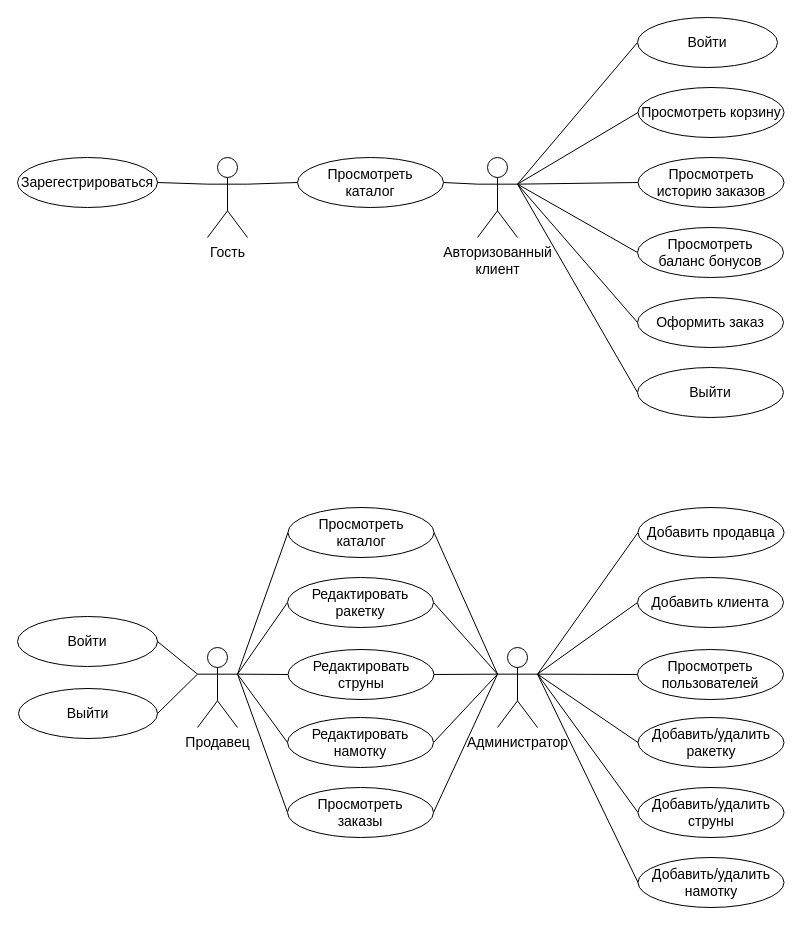
This is page "Страница — 1" (1 of 2) of schemes/raws/use-case.drawio from mshsvnv/SoftwareDesign, a draw.io file, before an edit. Source tidied: cells renumbered, new cells numbered last; positions are measured from the earlier drawing's top-left corner, leaving out a move shared by most shapes. Both pictures are drawn from the tidied source at 100%, with x=0, y=0 at pixel (17, 17).
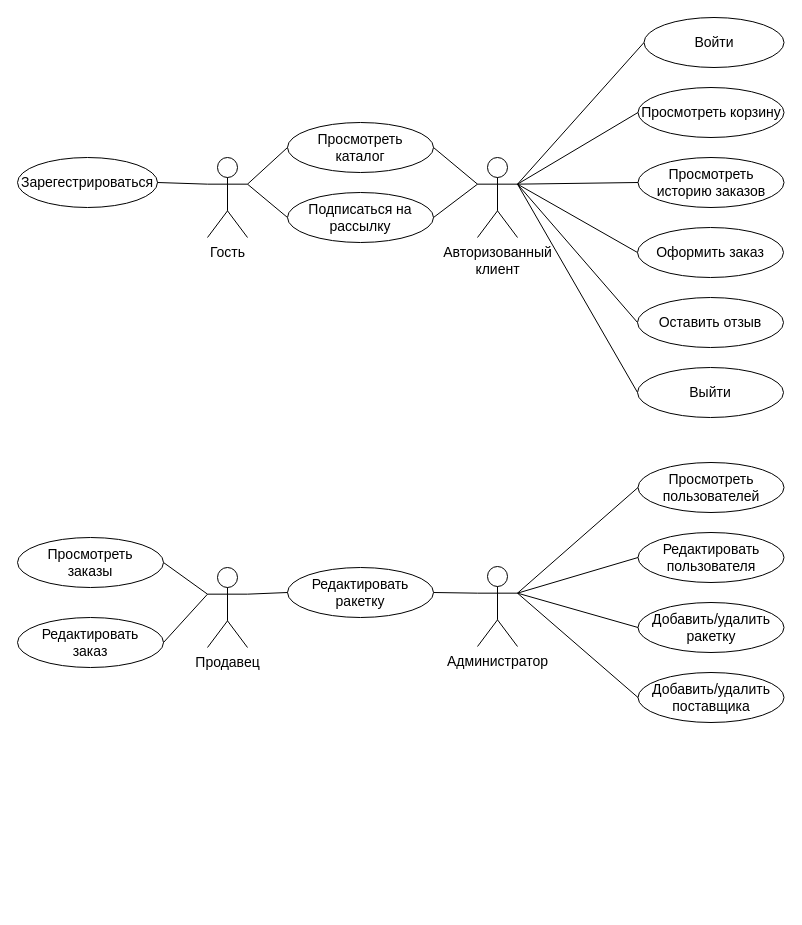
After the change.

The change refers to these unchanged cells:
```xml
<mxCell id="39" value="Гость" style="shape=umlActor;verticalLabelPosition=bottom;verticalAlign=top;html=1;outlineConnect=0;flipV=0;flipH=0;fontSize=14;" parent="38" vertex="1">
  <mxGeometry x="190" y="140" width="40" height="80" as="geometry" />
</mxCell>
<mxCell id="40" value="Авторизованный&lt;br style=&quot;font-size: 14px;&quot;&gt;клиент" style="shape=umlActor;verticalLabelPosition=bottom;verticalAlign=top;html=1;outlineConnect=0;flipV=0;flipH=0;fontSize=14;" parent="38" vertex="1">
  <mxGeometry x="460" y="140" width="40" height="80" as="geometry" />
</mxCell>
<mxCell id="49" style="group;" parent="38" vertex="1">
  <mxGeometry x="620" width="146.5" height="400" as="geometry" />
</mxCell>
```

Change to the diagram source:
```diff
@@
-    <mxCell id="2" style="group;" parent="1" vertex="1">
-      <mxGeometry y="480" width="766.5" height="400" as="geometry" />
-    </mxCell>
-    <mxCell id="3" style="edgeStyle=none;shape=connector;rounded=0;jettySize=auto;html=1;exitX=0;exitY=0.3333333333333333;exitDx=0;exitDy=0;exitPerimeter=0;entryX=1;entryY=0.5;entryDx=0;entryDy=0;labelBackgroundColor=default;strokeColor=default;align=center;verticalAlign=middle;fontFamily=Helvetica;fontSize=11;fontColor=default;endArrow=none;endFill=0;" parent="2" edge="1" source="4" target="33">
-      <mxGeometry relative="1" as="geometry" />
-    </mxCell>
-    <mxCell id="4" value="Администратор" style="shape=umlActor;verticalLabelPosition=bottom;verticalAlign=top;html=1;outlineConnect=0;fontSize=14;" parent="2" vertex="1">
-      <mxGeometry x="480" y="150" width="40" height="80" as="geometry" />
-    </mxCell>
-    <mxCell id="5" style="rounded=0;jettySize=auto;html=1;exitX=1;exitY=0.3333333333333333;exitDx=0;exitDy=0;exitPerimeter=0;entryX=0;entryY=0.5;entryDx=0;entryDy=0;endArrow=none;endFill=0;" parent="2" edge="1" source="6" target="33">
-      <mxGeometry relative="1" as="geometry" />
-    </mxCell>
-    <mxCell id="6" value="Продавец" style="shape=umlActor;verticalLabelPosition=bottom;verticalAlign=top;html=1;outlineConnect=0;fontSize=14;" parent="2" vertex="1">
-      <mxGeometry x="180" y="150" width="40" height="80" as="geometry" />
-    </mxCell>
-    <mxCell id="7" style="edgeStyle=none;shape=connector;rounded=0;jettySize=auto;html=1;exitX=1;exitY=0.5;exitDx=0;exitDy=0;entryX=0;entryY=0.3333333333333333;entryDx=0;entryDy=0;entryPerimeter=0;labelBackgroundColor=default;strokeColor=default;align=center;verticalAlign=middle;fontFamily=Helvetica;fontSize=14;fontColor=default;endArrow=none;endFill=0;" parent="2" edge="1" source="34" target="4">
-      <mxGeometry relative="1" as="geometry" />
-    </mxCell>
-    <mxCell id="8" style="edgeStyle=none;shape=connector;rounded=0;jettySize=auto;html=1;exitX=1;exitY=0.3333333333333333;exitDx=0;exitDy=0;exitPerimeter=0;entryX=0;entryY=0.5;entryDx=0;entryDy=0;labelBackgroundColor=default;strokeColor=default;align=center;verticalAlign=middle;fontFamily=Helvetica;fontSize=14;fontColor=default;endArrow=none;endFill=0;" parent="2" edge="1" source="6" target="34">
-      <mxGeometry relative="1" as="geometry" />
-    </mxCell>
-    <mxCell id="9" style="edgeStyle=none;shape=connector;rounded=0;jettySize=auto;html=1;exitX=0;exitY=0.3333333333333333;exitDx=0;exitDy=0;exitPerimeter=0;entryX=1;entryY=0.5;entryDx=0;entryDy=0;labelBackgroundColor=default;strokeColor=default;align=center;verticalAlign=middle;fontFamily=Helvetica;fontSize=14;fontColor=default;endArrow=none;endFill=0;" parent="2" edge="1" source="4" target="35">
-      <mxGeometry relative="1" as="geometry" />
-    </mxCell>
-    <mxCell id="10" style="edgeStyle=none;shape=connector;rounded=0;jettySize=auto;html=1;exitX=1;exitY=0.3333333333333333;exitDx=0;exitDy=0;exitPerimeter=0;entryX=0;entryY=0.5;entryDx=0;entryDy=0;labelBackgroundColor=default;strokeColor=default;align=center;verticalAlign=middle;fontFamily=Helvetica;fontSize=14;fontColor=default;endArrow=none;endFill=0;" parent="2" edge="1" source="6" target="35">
-      <mxGeometry relative="1" as="geometry" />
-    </mxCell>
-    <mxCell id="11" style="edgeStyle=none;shape=connector;rounded=0;jettySize=auto;html=1;exitX=0;exitY=0.3333333333333333;exitDx=0;exitDy=0;exitPerimeter=0;entryX=1;entryY=0.5;entryDx=0;entryDy=0;labelBackgroundColor=default;strokeColor=default;align=center;verticalAlign=middle;fontFamily=Helvetica;fontSize=14;fontColor=default;endArrow=none;endFill=0;" parent="2" edge="1" source="4" target="36">
-      <mxGeometry relative="1" as="geometry" />
-    </mxCell>
-    <mxCell id="12" style="edgeStyle=none;shape=connector;rounded=0;jettySize=auto;html=1;exitX=1;exitY=0.3333333333333333;exitDx=0;exitDy=0;exitPerimeter=0;entryX=0;entryY=0.5;entryDx=0;entryDy=0;labelBackgroundColor=default;strokeColor=default;align=center;verticalAlign=middle;fontFamily=Helvetica;fontSize=14;fontColor=default;endArrow=none;endFill=0;" parent="2" edge="1" source="6" target="36">
-      <mxGeometry relative="1" as="geometry" />
-    </mxCell>
-    <mxCell id="13" style="edgeStyle=none;shape=connector;rounded=0;jettySize=auto;html=1;exitX=0;exitY=0.3333333333333333;exitDx=0;exitDy=0;exitPerimeter=0;entryX=1;entryY=0.5;entryDx=0;entryDy=0;labelBackgroundColor=default;strokeColor=default;align=center;verticalAlign=middle;fontFamily=Helvetica;fontSize=14;fontColor=default;endArrow=none;endFill=0;" parent="2" edge="1" source="4" target="37">
-      <mxGeometry relative="1" as="geometry" />
-    </mxCell>
-    <mxCell id="14" style="edgeStyle=none;shape=connector;rounded=0;jettySize=auto;html=1;exitX=1;exitY=0.3333333333333333;exitDx=0;exitDy=0;exitPerimeter=0;entryX=0;entryY=0.5;entryDx=0;entryDy=0;labelBackgroundColor=default;strokeColor=default;align=center;verticalAlign=middle;fontFamily=Helvetica;fontSize=14;fontColor=default;endArrow=none;endFill=0;" parent="2" edge="1" source="6" target="37">
-      <mxGeometry relative="1" as="geometry" />
-    </mxCell>
-    <mxCell id="15" style="edgeStyle=none;shape=connector;rounded=0;jettySize=auto;html=1;exitX=1;exitY=0.3333333333333333;exitDx=0;exitDy=0;exitPerimeter=0;entryX=0;entryY=0.5;entryDx=0;entryDy=0;labelBackgroundColor=default;strokeColor=default;align=center;verticalAlign=middle;fontFamily=Helvetica;fontSize=14;fontColor=default;endArrow=none;endFill=0;" parent="2" edge="1" source="4" target="22">
-      <mxGeometry relative="1" as="geometry" />
-    </mxCell>
-    <mxCell id="16" style="edgeStyle=none;shape=connector;rounded=0;jettySize=auto;html=1;exitX=1;exitY=0.3333333333333333;exitDx=0;exitDy=0;exitPerimeter=0;entryX=0;entryY=0.5;entryDx=0;entryDy=0;labelBackgroundColor=default;strokeColor=default;align=center;verticalAlign=middle;fontFamily=Helvetica;fontSize=14;fontColor=default;endArrow=none;endFill=0;" parent="2" edge="1" source="4" target="25">
-      <mxGeometry relative="1" as="geometry" />
-    </mxCell>
-    <mxCell id="17" style="edgeStyle=none;shape=connector;rounded=0;jettySize=auto;html=1;exitX=1;exitY=0.3333333333333333;exitDx=0;exitDy=0;exitPerimeter=0;entryX=0;entryY=0.5;entryDx=0;entryDy=0;labelBackgroundColor=default;strokeColor=default;align=center;verticalAlign=middle;fontFamily=Helvetica;fontSize=14;fontColor=default;endArrow=none;endFill=0;" parent="2" edge="1" source="4" target="23">
-      <mxGeometry relative="1" as="geometry" />
-    </mxCell>
-    <mxCell id="18" style="edgeStyle=none;shape=connector;rounded=0;jettySize=auto;html=1;exitX=1;exitY=0.3333333333333333;exitDx=0;exitDy=0;exitPerimeter=0;entryX=0;entryY=0.5;entryDx=0;entryDy=0;labelBackgroundColor=default;strokeColor=default;align=center;verticalAlign=middle;fontFamily=Helvetica;fontSize=14;fontColor=default;endArrow=none;endFill=0;" parent="2" edge="1" source="4" target="24">
-      <mxGeometry relative="1" as="geometry" />
-    </mxCell>
-    <mxCell id="19" style="edgeStyle=none;shape=connector;rounded=0;jettySize=auto;html=1;exitX=1;exitY=0.3333333333333333;exitDx=0;exitDy=0;exitPerimeter=0;entryX=0;entryY=0.5;entryDx=0;entryDy=0;labelBackgroundColor=default;strokeColor=default;align=center;verticalAlign=middle;fontFamily=Helvetica;fontSize=14;fontColor=default;endArrow=none;endFill=0;" parent="2" edge="1" source="4" target="26">
-      <mxGeometry relative="1" as="geometry" />
-    </mxCell>
-    <mxCell id="20" style="edgeStyle=none;shape=connector;rounded=0;jettySize=auto;html=1;exitX=1;exitY=0.3333333333333333;exitDx=0;exitDy=0;exitPerimeter=0;entryX=0;entryY=0.5;entryDx=0;entryDy=0;labelBackgroundColor=default;strokeColor=default;align=center;verticalAlign=middle;fontFamily=Helvetica;fontSize=14;fontColor=default;endArrow=none;endFill=0;" parent="2" edge="1" source="4" target="27">
-      <mxGeometry relative="1" as="geometry" />
-    </mxCell>
-    <mxCell id="21" style="group;" parent="2" vertex="1">
-      <mxGeometry x="620" y="10" width="146.5" height="400" as="geometry" />
-    </mxCell>
-    <mxCell id="22" value="Добавить продавца" style="ellipse;whiteSpace=wrap;html=1;flipV=0;flipH=0;fontSize=14;" parent="21" vertex="1">
-      <mxGeometry x="0.5" width="146" height="50" as="geometry" />
-    </mxCell>
-    <mxCell id="23" value="Добавить клиента" style="ellipse;whiteSpace=wrap;html=1;flipV=0;flipH=0;fontSize=14;" parent="21" vertex="1">
-      <mxGeometry y="70" width="146" height="50" as="geometry" />
-    </mxCell>
-    <mxCell id="24" value="Просмотреть&lt;br style=&quot;border-color: var(--border-color);&quot;&gt;пользователей" style="ellipse;whiteSpace=wrap;html=1;flipV=0;flipH=0;fontSize=14;" parent="21" vertex="1">
-      <mxGeometry y="142" width="146" height="50" as="geometry" />
-    </mxCell>
-    <mxCell id="25" value="Добавить/удалить&lt;br style=&quot;border-color: var(--border-color);&quot;&gt;ракетку" style="ellipse;whiteSpace=wrap;html=1;flipV=0;flipH=0;fontSize=14;" parent="21" vertex="1">
-      <mxGeometry x="0.5" y="210" width="146" height="50" as="geometry" />
-    </mxCell>
-    <mxCell id="26" value="Добавить/удалить&lt;br style=&quot;border-color: var(--border-color);&quot;&gt;струны" style="ellipse;whiteSpace=wrap;html=1;flipV=0;flipH=0;fontSize=14;" parent="21" vertex="1">
-      <mxGeometry x="0.5" y="280" width="146" height="50" as="geometry" />
-    </mxCell>
-    <mxCell id="27" value="Добавить/удалить&lt;br style=&quot;border-color: var(--border-color);&quot;&gt;намотку" style="ellipse;whiteSpace=wrap;html=1;flipV=0;flipH=0;fontSize=14;" parent="21" vertex="1">
-      <mxGeometry x="0.5" y="350" width="146" height="50" as="geometry" />
-    </mxCell>
-    <mxCell id="28" value="Войти" style="ellipse;whiteSpace=wrap;html=1;fontSize=14;" parent="2" vertex="1">
-      <mxGeometry y="119" width="140" height="50" as="geometry" />
-    </mxCell>
-    <mxCell id="29" value="Выйти" style="ellipse;whiteSpace=wrap;html=1;fontSize=14;" parent="2" vertex="1">
-      <mxGeometry x="1" y="191" width="139" height="50" as="geometry" />
-    </mxCell>
-    <mxCell id="30" style="edgeStyle=none;shape=connector;rounded=0;jettySize=auto;html=1;exitX=1;exitY=0.5;exitDx=0;exitDy=0;entryX=0;entryY=0.3333333333333333;entryDx=0;entryDy=0;entryPerimeter=0;labelBackgroundColor=default;strokeColor=default;align=center;verticalAlign=middle;fontFamily=Helvetica;fontSize=11;fontColor=default;endArrow=none;endFill=0;" parent="2" edge="1" source="28" target="6">
-      <mxGeometry relative="1" as="geometry" />
-    </mxCell>
-    <mxCell id="31" style="edgeStyle=none;shape=connector;rounded=0;jettySize=auto;html=1;exitX=1;exitY=0.5;exitDx=0;exitDy=0;entryX=0;entryY=0.3333333333333333;entryDx=0;entryDy=0;entryPerimeter=0;labelBackgroundColor=default;strokeColor=default;align=center;verticalAlign=middle;fontFamily=Helvetica;fontSize=11;fontColor=default;endArrow=none;endFill=0;" parent="2" edge="1" source="29" target="6">
-      <mxGeometry relative="1" as="geometry" />
-    </mxCell>
-    <mxCell id="32" style="group;" parent="2" vertex="1">
-      <mxGeometry x="270" y="10" width="146.5" height="330" as="geometry" />
-    </mxCell>
-    <mxCell id="33" value="Просмотреть&lt;br style=&quot;border-color: var(--border-color);&quot;&gt;каталог" style="ellipse;whiteSpace=wrap;html=1;fontSize=14;" parent="32" vertex="1">
-      <mxGeometry x="0.5" width="146" height="50" as="geometry" />
-    </mxCell>
-    <mxCell id="34" value="Редактировать&lt;br style=&quot;font-size: 14px;&quot;&gt;ракетку" style="ellipse;whiteSpace=wrap;html=1;fontSize=14;" parent="32" vertex="1">
-      <mxGeometry y="70" width="146" height="50" as="geometry" />
-    </mxCell>
-    <mxCell id="35" value="Редактировать&lt;br style=&quot;font-size: 14px;&quot;&gt;струны" style="ellipse;whiteSpace=wrap;html=1;fontSize=14;" parent="32" vertex="1">
-      <mxGeometry x="0.5" y="142" width="146" height="50" as="geometry" />
-    </mxCell>
-    <mxCell id="36" value="Редактировать&lt;br style=&quot;font-size: 14px;&quot;&gt;намотку" style="ellipse;whiteSpace=wrap;html=1;fontSize=14;" parent="32" vertex="1">
-      <mxGeometry y="210" width="146" height="50" as="geometry" />
-    </mxCell>
-    <mxCell id="37" value="Просмотреть&lt;br style=&quot;font-size: 14px;&quot;&gt;заказы" style="ellipse;whiteSpace=wrap;html=1;fontSize=14;" parent="32" vertex="1">
-      <mxGeometry y="280" width="146" height="50" as="geometry" />
-    </mxCell>
     <mxCell id="38" style="group;" parent="1" vertex="1">
-      <mxGeometry width="766.5" height="400" as="geometry" />
+      <mxGeometry width="766.5" height="423" as="geometry" />
     </mxCell>
+    <mxCell id="59" style="rounded=0;jettySize=auto;html=1;exitX=1;exitY=0.3333333333333333;exitDx=0;exitDy=0;exitPerimeter=0;endArrow=none;endFill=0;entryX=0;entryY=0.5;entryDx=0;entryDy=0;" parent="38" edge="1" source="39" target="60">
+      <mxGeometry relative="1" as="geometry" />
+    </mxCell>
@@
     <mxCell id="50" value="Войти" style="ellipse;whiteSpace=wrap;html=1;flipV=0;flipH=0;fontSize=14;" parent="49" vertex="1">
-      <mxGeometry width="140" height="50" as="geometry" />
+      <mxGeometry x="6.5" width="140" height="50" as="geometry" />
     </mxCell>
@@
-    <mxCell id="53" value="Просмотреть&lt;br style=&quot;border-color: var(--border-color);&quot;&gt;баланс бонусов" style="ellipse;whiteSpace=wrap;html=1;flipV=0;flipH=0;fontSize=14;" parent="49" vertex="1">
+    <mxCell id="53" value="Оформить заказ" style="ellipse;whiteSpace=wrap;html=1;flipV=0;flipH=0;fontSize=14;" parent="49" vertex="1">
       <mxGeometry y="210" width="146" height="50" as="geometry" />
     </mxCell>
-    <mxCell id="54" value="Оформить заказ" style="ellipse;whiteSpace=wrap;html=1;flipV=0;flipH=0;fontSize=14;" parent="49" vertex="1">
+    <mxCell id="54" value="Оставить отзыв" style="ellipse;whiteSpace=wrap;html=1;flipV=0;flipH=0;fontSize=14;" parent="49" vertex="1">
       <mxGeometry y="280" width="146" height="50" as="geometry" />
     </mxCell>
@@
     <mxCell id="56" value="Просмотреть&lt;br style=&quot;border-color: var(--border-color);&quot;&gt;каталог" style="ellipse;whiteSpace=wrap;html=1;fontSize=14;" parent="38" vertex="1">
-      <mxGeometry x="280" y="140" width="146" height="50" as="geometry" />
+      <mxGeometry x="270" y="105" width="146" height="50" as="geometry" />
     </mxCell>
@@
+    <mxCell id="60" value="Подписаться на рассылку" style="ellipse;whiteSpace=wrap;html=1;flipV=0;flipH=0;fontSize=14;" parent="38" vertex="1">
+      <mxGeometry x="270" y="175" width="146" height="50" as="geometry" />
+    </mxCell>
+    <mxCell id="61" style="edgeStyle=none;rounded=0;jettySize=auto;html=1;exitX=1;exitY=0.5;exitDx=0;exitDy=0;entryX=0;entryY=0.3333333333333333;entryDx=0;entryDy=0;entryPerimeter=0;strokeColor=default;align=center;verticalAlign=middle;fontFamily=Helvetica;fontSize=11;fontColor=default;labelBackgroundColor=default;endArrow=none;endFill=0;" parent="38" edge="1" source="60" target="40">
+      <mxGeometry relative="1" as="geometry" />
+    </mxCell>
+    <mxCell id="62" style="rounded=0;jettySize=auto;html=1;exitX=1;exitY=0.3333333333333333;exitDx=0;exitDy=0;exitPerimeter=0;entryX=0;entryY=0.5;entryDx=0;entryDy=0;endArrow=none;endFill=0;" parent="1" edge="1" source="4" target="64">
+      <mxGeometry relative="1" as="geometry" />
+    </mxCell>
+    <mxCell id="63" style="rounded=0;jettySize=auto;html=1;exitX=1;exitY=0.3333333333333333;exitDx=0;exitDy=0;exitPerimeter=0;endArrow=none;endFill=0;entryX=0;entryY=0.5;entryDx=0;entryDy=0;" parent="1" edge="1" source="4" target="67">
+      <mxGeometry relative="1" as="geometry" />
+    </mxCell>
+    <mxCell id="4" value="Администратор" style="shape=umlActor;verticalLabelPosition=bottom;verticalAlign=top;html=1;outlineConnect=0;fontSize=14;" parent="1" vertex="1">
+      <mxGeometry x="460" y="549" width="40" height="80" as="geometry" />
+    </mxCell>
+    <mxCell id="7" style="edgeStyle=none;shape=connector;rounded=0;jettySize=auto;html=1;exitX=1;exitY=0.5;exitDx=0;exitDy=0;entryX=0;entryY=0.3333333333333333;entryDx=0;entryDy=0;entryPerimeter=0;labelBackgroundColor=default;strokeColor=default;align=center;verticalAlign=middle;fontFamily=Helvetica;fontSize=14;fontColor=default;endArrow=none;endFill=0;" parent="1" edge="1" source="34" target="4">
+      <mxGeometry relative="1" as="geometry" />
+    </mxCell>
+    <mxCell id="18" style="edgeStyle=none;shape=connector;rounded=0;jettySize=auto;html=1;exitX=1;exitY=0.3333333333333333;exitDx=0;exitDy=0;exitPerimeter=0;entryX=0;entryY=0.5;entryDx=0;entryDy=0;labelBackgroundColor=default;strokeColor=default;align=center;verticalAlign=middle;fontFamily=Helvetica;fontSize=14;fontColor=default;endArrow=none;endFill=0;" parent="1" edge="1" source="4" target="24">
+      <mxGeometry relative="1" as="geometry" />
+    </mxCell>
+    <mxCell id="24" value="Просмотреть&lt;br style=&quot;border-color: var(--border-color);&quot;&gt;пользователей" style="ellipse;whiteSpace=wrap;html=1;flipV=0;flipH=0;fontSize=14;" parent="1" vertex="1">
+      <mxGeometry x="620.5" y="445" width="146" height="50" as="geometry" />
+    </mxCell>
+    <mxCell id="34" value="Редактировать&lt;br style=&quot;font-size: 14px;&quot;&gt;ракетку" style="ellipse;whiteSpace=wrap;html=1;fontSize=14;" parent="1" vertex="1">
+      <mxGeometry x="270" y="550" width="146" height="50" as="geometry" />
+    </mxCell>
+    <mxCell id="8" style="edgeStyle=none;rounded=0;jettySize=auto;html=1;exitX=1;exitY=0.3333333333333333;exitDx=0;exitDy=0;exitPerimeter=0;entryX=0;entryY=0.5;entryDx=0;entryDy=0;strokeColor=default;align=center;verticalAlign=middle;fontFamily=Helvetica;fontSize=11;fontColor=default;labelBackgroundColor=default;endArrow=none;endFill=0;" parent="1" edge="1" source="6" target="34">
+      <mxGeometry relative="1" as="geometry" />
+    </mxCell>
+    <mxCell id="14" style="rounded=0;jettySize=auto;html=1;exitX=0;exitY=0.3333333333333333;exitDx=0;exitDy=0;exitPerimeter=0;entryX=1;entryY=0.5;entryDx=0;entryDy=0;endArrow=none;endFill=0;" parent="1" edge="1" source="6" target="37">
+      <mxGeometry relative="1" as="geometry" />
+    </mxCell>
+    <mxCell id="6" value="Продавец" style="shape=umlActor;verticalLabelPosition=bottom;verticalAlign=top;html=1;outlineConnect=0;fontSize=14;" parent="1" vertex="1">
+      <mxGeometry x="190" y="550" width="40" height="80" as="geometry" />
+    </mxCell>
+    <mxCell id="16" style="edgeStyle=none;shape=connector;rounded=0;jettySize=auto;html=1;exitX=1;exitY=0.3333333333333333;exitDx=0;exitDy=0;exitPerimeter=0;entryX=0;entryY=0.5;entryDx=0;entryDy=0;labelBackgroundColor=default;strokeColor=default;align=center;verticalAlign=middle;fontFamily=Helvetica;fontSize=14;fontColor=default;endArrow=none;endFill=0;" parent="1" edge="1" source="4" target="25">
+      <mxGeometry relative="1" as="geometry" />
+    </mxCell>
+    <mxCell id="25" value="Добавить/удалить&lt;br style=&quot;border-color: var(--border-color);&quot;&gt;ракетку" style="ellipse;whiteSpace=wrap;html=1;flipV=0;flipH=0;fontSize=14;" parent="1" vertex="1">
+      <mxGeometry x="620.5" y="585" width="146" height="50" as="geometry" />
+    </mxCell>
+    <mxCell id="64" value="Добавить/удалить&lt;br style=&quot;border-color: var(--border-color);&quot;&gt;поставщика" style="ellipse;whiteSpace=wrap;html=1;flipV=0;flipH=0;fontSize=14;" parent="1" vertex="1">
+      <mxGeometry x="620.5" y="655" width="146" height="50" as="geometry" />
+    </mxCell>
+    <mxCell id="37" value="Просмотреть&lt;br style=&quot;font-size: 14px;&quot;&gt;заказы" style="ellipse;whiteSpace=wrap;html=1;fontSize=14;" parent="1" vertex="1">
+      <mxGeometry y="520" width="146" height="50" as="geometry" />
+    </mxCell>
+    <mxCell id="65" value="Редактировать&lt;br&gt;заказ" style="ellipse;whiteSpace=wrap;html=1;flipV=0;flipH=0;fontSize=14;" parent="1" vertex="1">
+      <mxGeometry y="600" width="146" height="50" as="geometry" />
+    </mxCell>
+    <mxCell id="66" style="rounded=0;jettySize=auto;html=1;exitX=1;exitY=0.5;exitDx=0;exitDy=0;entryX=0;entryY=0.3333333333333333;entryDx=0;entryDy=0;entryPerimeter=0;endArrow=none;endFill=0;" parent="1" edge="1" source="65" target="6">
+      <mxGeometry relative="1" as="geometry" />
+    </mxCell>
+    <mxCell id="67" value="Редактировать пользователя" style="ellipse;whiteSpace=wrap;html=1;flipV=0;flipH=0;fontSize=14;" parent="1" vertex="1">
+      <mxGeometry x="620.5" y="515" width="146" height="50" as="geometry" />
+    </mxCell>
```
